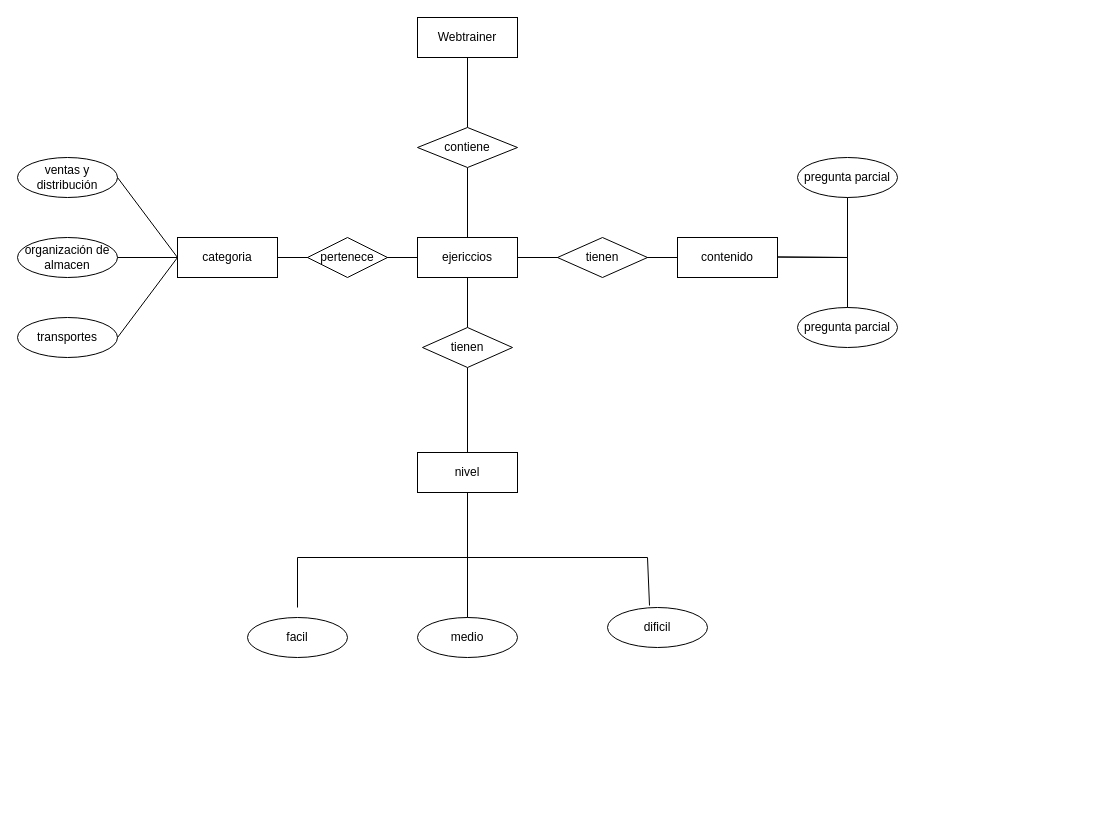
Above: ejercicio3.drawio in oscex/BBDD (draw.io), before the change. Source tidied: cells renumbered, new cells numbered last; positions are measured from the earlier drawing's top-left corner, leaving out a move shared by most shapes. Both pictures are drawn from the tidied source at 100%, with x=0, y=0 at pixel (17, 17).
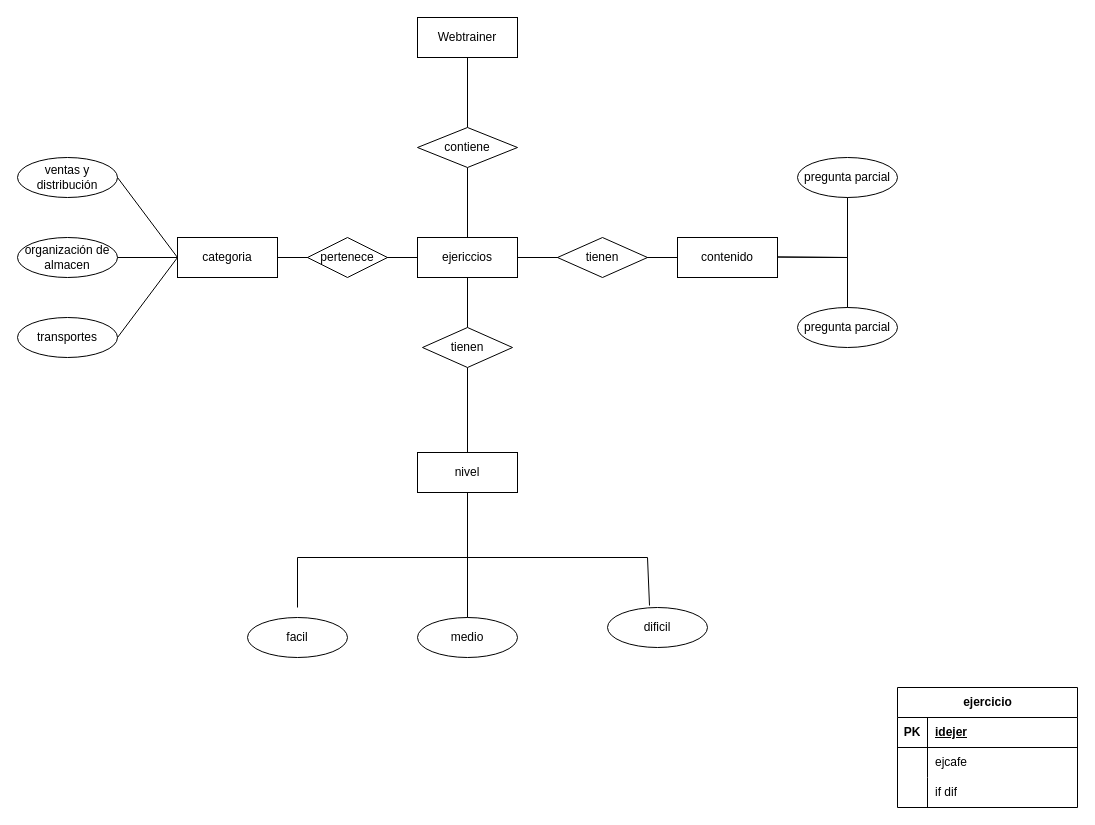
The same diagram, later.

The edit, as a diff of the source:
```diff
@@
+    <mxCell id="34" value="ejercicio" style="shape=table;startSize=30;childLayout=tableLayout;rowLines=0;fontStyle=1;align=center;html=1;" parent="1" vertex="1">
+      <mxGeometry x="880" y="670" width="180" height="120" as="geometry" />
+    </mxCell>
+    <mxCell id="35" style="shape=tableRow;horizontal=0;startSize=0;swimlaneHead=0;swimlaneBody=0;fillColor=none;top=0;left=0;right=0;bottom=1;" parent="34" vertex="1">
+      <mxGeometry y="30" width="180" height="30" as="geometry" />
+    </mxCell>
+    <mxCell id="36" value="PK" style="shape=partialRectangle;fillColor=none;top=0;left=0;bottom=0;right=0;fontStyle=1;overflow=hidden;whiteSpace=wrap;html=1;" parent="35" vertex="1">
+      <mxGeometry width="30" height="30" as="geometry" />
+    </mxCell>
+    <mxCell id="37" value="idejer" style="shape=partialRectangle;fillColor=none;top=0;left=0;bottom=0;right=0;align=left;spacingLeft=6;fontStyle=5;overflow=hidden;whiteSpace=wrap;html=1;" parent="35" vertex="1">
+      <mxGeometry x="30" width="150" height="30" as="geometry" />
+    </mxCell>
+    <mxCell id="38" style="shape=tableRow;horizontal=0;startSize=0;swimlaneHead=0;swimlaneBody=0;fillColor=none;top=0;left=0;right=0;bottom=0;" parent="34" vertex="1">
+      <mxGeometry y="60" width="180" height="30" as="geometry" />
+    </mxCell>
+    <mxCell id="39" style="shape=partialRectangle;fillColor=none;top=0;left=0;bottom=0;right=0;overflow=hidden;whiteSpace=wrap;html=1;" parent="38" vertex="1">
+      <mxGeometry width="30" height="30" as="geometry" />
+    </mxCell>
+    <mxCell id="40" value="ejcafe" style="shape=partialRectangle;fillColor=none;top=0;left=0;bottom=0;right=0;align=left;spacingLeft=6;overflow=hidden;whiteSpace=wrap;html=1;" parent="38" vertex="1">
+      <mxGeometry x="30" width="150" height="30" as="geometry" />
+    </mxCell>
+    <mxCell id="41" style="shape=tableRow;horizontal=0;startSize=0;swimlaneHead=0;swimlaneBody=0;fillColor=none;top=0;left=0;right=0;bottom=0;" parent="34" vertex="1">
+      <mxGeometry y="90" width="180" height="30" as="geometry" />
+    </mxCell>
+    <mxCell id="42" style="shape=partialRectangle;fillColor=none;top=0;left=0;bottom=0;right=0;overflow=hidden;whiteSpace=wrap;html=1;" parent="41" vertex="1">
+      <mxGeometry width="30" height="30" as="geometry" />
+    </mxCell>
+    <mxCell id="43" value="if dif" style="shape=partialRectangle;fillColor=none;top=0;left=0;bottom=0;right=0;align=left;spacingLeft=6;overflow=hidden;whiteSpace=wrap;html=1;" parent="41" vertex="1">
+      <mxGeometry x="30" width="150" height="30" as="geometry" />
+    </mxCell>
```
